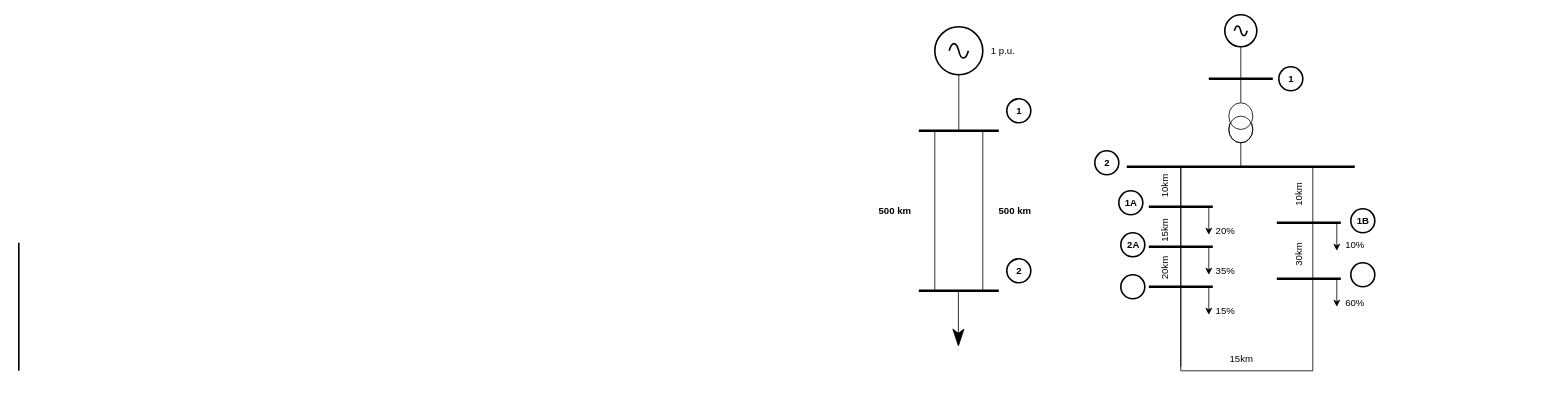
This is Diagrama sin título.drawio from ALANRODRIGUEZA/G4A_SEP1-A_S12024, a draw.io file, before an edit. Source tidied: cells renumbered, new cells numbered last; positions are measured from the earlier drawing's top-left corner, leaving out a move shared by most shapes. Both pictures are drawn from the tidied source at 80%, with x=0, y=0 at pixel (14, 14).
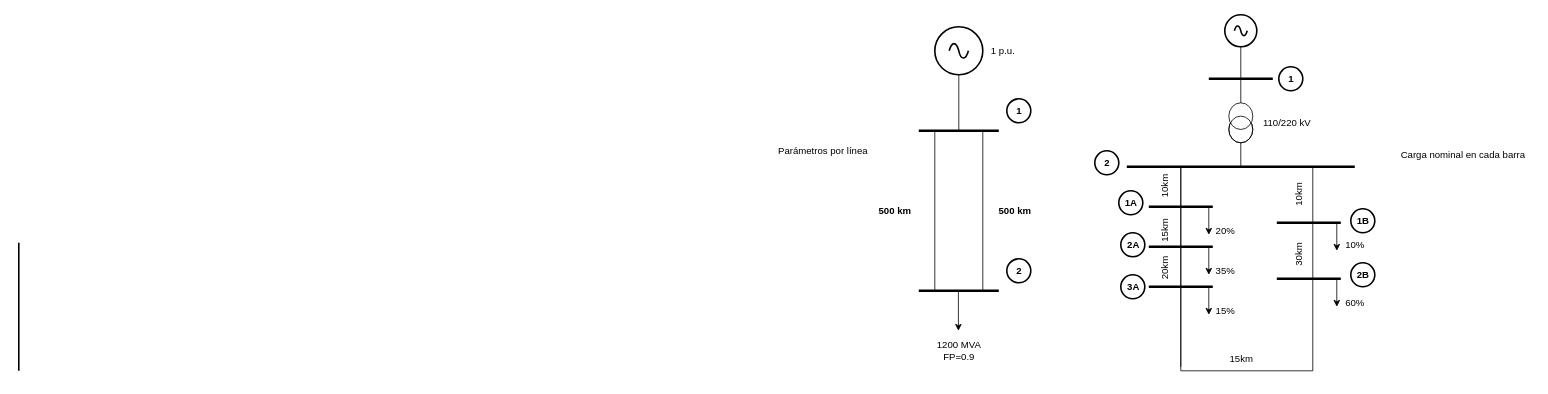
The same diagram, later.

Diff of the diagram source:
```diff
@@
-    <mxCell id="7" style="endArrow=classicThin;html=1;strokeWidth=1;endSize=20;rounded=0;" parent="1" edge="1">
-      <mxGeometry relative="1" as="geometry">
-        <mxPoint x="1179.5" y="345" as="sourcePoint" />
-        <mxPoint x="1179.5" y="415" as="targetPoint" />
-      </mxGeometry>
-    </mxCell>
@@
+    <mxCell id="61" value="&lt;b&gt;3A&lt;/b&gt;" style="text;html=1;align=center;verticalAlign=middle;strokeColor=none;fillColor=none;" parent="1" vertex="1">
+      <mxGeometry x="1377.5" y="325" width="40" height="30" as="geometry" />
+    </mxCell>
+    <mxCell id="62" value="&lt;b&gt;2B&lt;/b&gt;" style="text;html=1;align=center;verticalAlign=middle;strokeColor=none;fillColor=none;" parent="1" vertex="1">
+      <mxGeometry x="1665" y="310" width="40" height="30" as="geometry" />
+    </mxCell>
+    <mxCell id="63" value="110/220 kV" style="text;html=1;align=center;verticalAlign=middle;strokeColor=none;fillColor=none;" parent="1" vertex="1">
+      <mxGeometry x="1550" y="120" width="80" height="30" as="geometry" />
+    </mxCell>
+    <mxCell id="64" style="edgeStyle=none;orthogonalLoop=1;jettySize=auto;html=1;rounded=0;" parent="1" edge="1">
+      <mxGeometry relative="1" as="geometry">
+        <mxPoint x="1179.5" y="345" as="sourcePoint" />
+        <mxPoint x="1179.5" y="395" as="targetPoint" />
+      </mxGeometry>
+    </mxCell>
+    <mxCell id="65" value="1200 MVA&lt;div&gt;FP=0.9&lt;/div&gt;" style="text;html=1;align=center;verticalAlign=middle;strokeColor=none;fillColor=none;" parent="1" vertex="1">
+      <mxGeometry x="1140" y="400" width="80" height="40" as="geometry" />
+    </mxCell>
+    <mxCell id="66" value="Parámetros por línea" style="text;html=1;align=center;verticalAlign=middle;strokeColor=none;fillColor=none;" parent="1" vertex="1">
+      <mxGeometry x="940" y="155" width="140" height="30" as="geometry" />
+    </mxCell>
+    <mxCell id="67" value="Carga nominal en cada barra" style="text;html=1;align=center;verticalAlign=middle;strokeColor=none;fillColor=none;" parent="1" vertex="1">
+      <mxGeometry x="1720" y="160" width="180" height="30" as="geometry" />
+    </mxCell>
```
